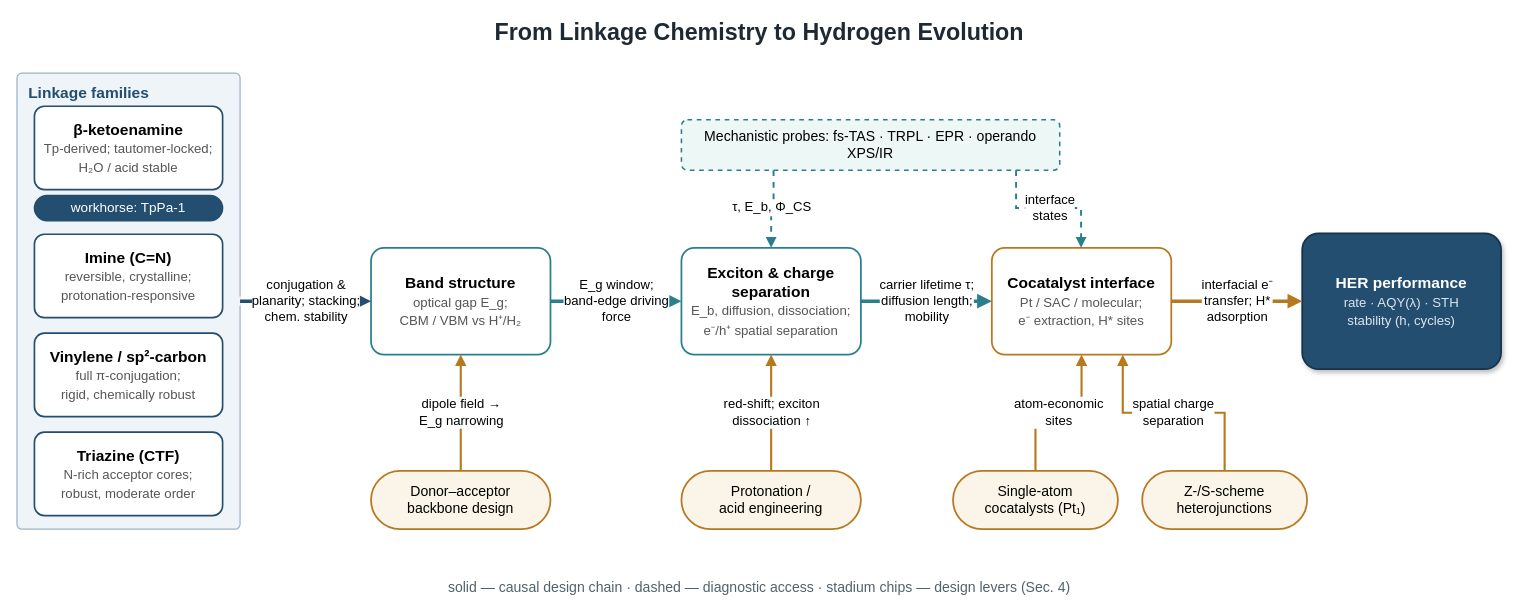
Earlier version of the draw.io diagram examples/survey_cof_her/paper/figures/src/fig1_factor_chain.drawio (asimfish/goai_research). Source tidied: cells renumbered, new cells numbered last; positions are measured from the earlier drawing's top-left corner, leaving out a move shared by most shapes. Both pictures are drawn from the tidied source at 97%, with x=0, y=0 at pixel (16, 16).
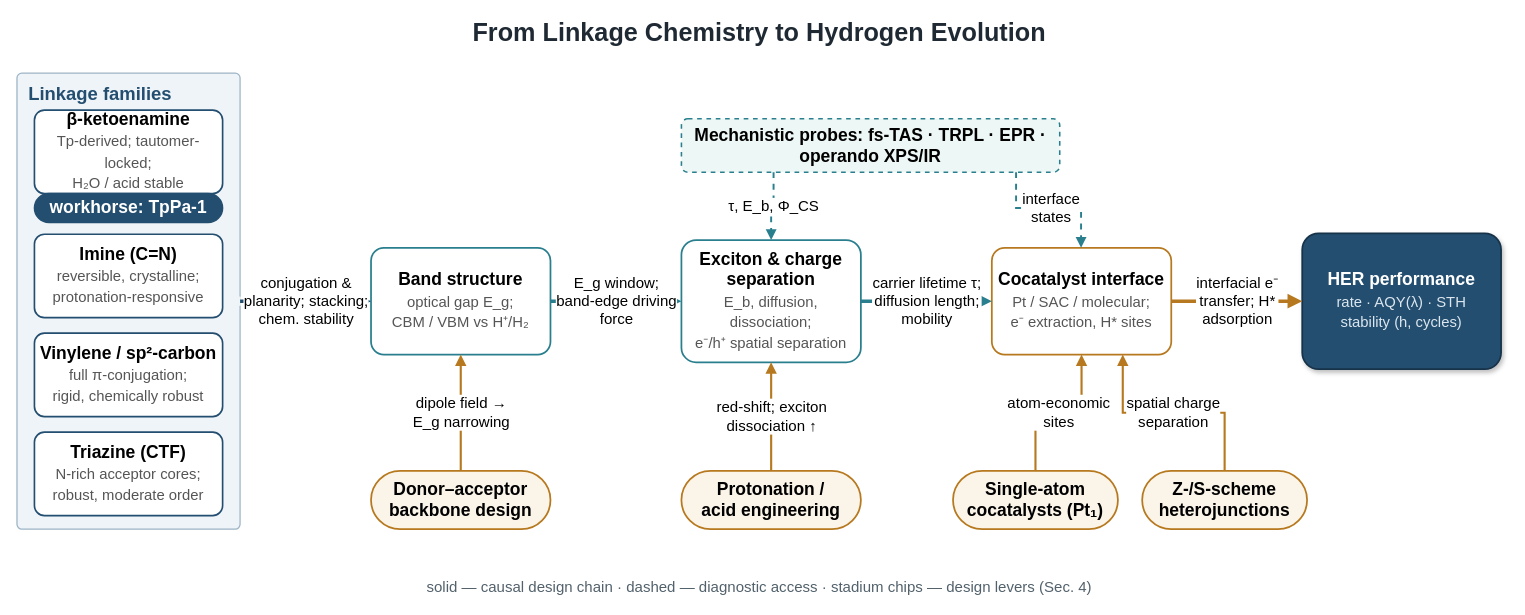
After the change.

The edit, as a diff of the source:
```diff
@@
-    <mxCell id="2" value="From Linkage Chemistry to Hydrogen Evolution" style="text;html=1;align=center;verticalAlign=middle;fontSize=24;fontColor=#1F2933;strokeColor=none;fillColor=none;fontStyle=1;" parent="1" vertex="1">
+    <mxCell id="2" value="From Linkage Chemistry to Hydrogen Evolution" style="text;html=1;align=center;verticalAlign=middle;fontSize=26;fontColor=#1F2933;strokeColor=none;fillColor=none;fontStyle=1;" parent="1" vertex="1">
       <mxGeometry x="525" width="480" height="32" as="geometry" />
     </mxCell>
-    <mxCell id="3" value="Linkage families" style="rounded=1;absoluteArcSize=1;arcSize=10;whiteSpace=wrap;html=1;verticalAlign=top;align=left;spacingLeft=10;spacingTop=4;fontSize=16;fontStyle=1;fillColor=#EEF4F7;strokeColor=#9DB4C6;strokeWidth=1.3;fontColor=#234E70;" parent="1" vertex="1">
+    <mxCell id="3" value="Linkage families" style="rounded=1;absoluteArcSize=1;arcSize=10;whiteSpace=wrap;html=1;verticalAlign=top;align=left;spacingLeft=10;spacingTop=4;fontSize=19;fontStyle=1;fillColor=#EEF4F7;strokeColor=#9DB4C6;strokeWidth=1.3;fontColor=#234E70;" parent="1" vertex="1">
       <mxGeometry y="58" width="230" height="470" as="geometry" />
     </mxCell>
-    <mxCell id="4" value="&lt;b&gt;β-ketoenamine&lt;/b&gt;&lt;br/&gt;&lt;font style='font-size:13.6px' color='#555555'&gt;Tp-derived; tautomer-locked;&#10;H₂O / acid stable&lt;/font&gt;" style="rounded=1;whiteSpace=wrap;html=1;arcSize=12;fillColor=#FFFFFF;strokeColor=#234E70;strokeWidth=1.7;fontSize=16;" parent="3" vertex="1">
-      <mxGeometry x="18" y="34" width="194" height="86" as="geometry" />
+    <mxCell id="4" value="&lt;b&gt;β-ketoenamine&lt;/b&gt;&lt;br/&gt;&lt;font style='font-size:15.3px' color='#555555'&gt;Tp-derived; tautomer-locked;&#10;H₂O / acid stable&lt;/font&gt;" style="rounded=1;whiteSpace=wrap;html=1;arcSize=12;fillColor=#FFFFFF;strokeColor=#234E70;strokeWidth=1.7;fontSize=18;" parent="3" vertex="1">
+      <mxGeometry x="18" y="38" width="194" height="86" as="geometry" />
     </mxCell>
-    <mxCell id="5" value="workhorse: TpPa-1" style="rounded=1;whiteSpace=wrap;html=1;arcSize=50;spacing=6;fillColor=#234E70;strokeColor=#234E70;strokeWidth=1.5;fontSize=14;fontColor=#FFFFFF;" parent="3" vertex="1">
-      <mxGeometry x="18" y="126" width="194" height="26" as="geometry" />
+    <mxCell id="5" value="workhorse: TpPa-1" style="rounded=1;whiteSpace=wrap;html=1;arcSize=50;spacing=6;fillColor=#234E70;strokeColor=#234E70;strokeWidth=1.5;fontSize=18;fontColor=#FFFFFF;fontStyle=1;" parent="3" vertex="1">
+      <mxGeometry x="18" y="124" width="194" height="30" as="geometry" />
     </mxCell>
-    <mxCell id="6" value="&lt;b&gt;Imine (C=N)&lt;/b&gt;&lt;br/&gt;&lt;font style='font-size:13.6px' color='#555555'&gt;reversible, crystalline;&#10;protonation-responsive&lt;/font&gt;" style="rounded=1;whiteSpace=wrap;html=1;arcSize=12;fillColor=#FFFFFF;strokeColor=#234E70;strokeWidth=1.7;fontSize=16;" parent="3" vertex="1">
+    <mxCell id="6" value="&lt;b&gt;Imine (C=N)&lt;/b&gt;&lt;br/&gt;&lt;font style='font-size:15.3px' color='#555555'&gt;reversible, crystalline;&#10;protonation-responsive&lt;/font&gt;" style="rounded=1;whiteSpace=wrap;html=1;arcSize=12;fillColor=#FFFFFF;strokeColor=#234E70;strokeWidth=1.7;fontSize=18;" parent="3" vertex="1">
       <mxGeometry x="18" y="166" width="194" height="86" as="geometry" />
     </mxCell>
-    <mxCell id="7" value="&lt;b&gt;Vinylene / sp²-carbon&lt;/b&gt;&lt;br/&gt;&lt;font style='font-size:13.6px' color='#555555'&gt;full π-conjugation;&#10;rigid, chemically robust&lt;/font&gt;" style="rounded=1;whiteSpace=wrap;html=1;arcSize=12;fillColor=#FFFFFF;strokeColor=#234E70;strokeWidth=1.7;fontSize=16;" parent="3" vertex="1">
+    <mxCell id="7" value="&lt;b&gt;Vinylene / sp²-carbon&lt;/b&gt;&lt;br/&gt;&lt;font style='font-size:15.3px' color='#555555'&gt;full π-conjugation;&#10;rigid, chemically robust&lt;/font&gt;" style="rounded=1;whiteSpace=wrap;html=1;arcSize=12;fillColor=#FFFFFF;strokeColor=#234E70;strokeWidth=1.7;fontSize=18;" parent="3" vertex="1">
       <mxGeometry x="18" y="268" width="194" height="86" as="geometry" />
     </mxCell>
-    <mxCell id="8" value="&lt;b&gt;Triazine (CTF)&lt;/b&gt;&lt;br/&gt;&lt;font style='font-size:13.6px' color='#555555'&gt;N-rich acceptor cores;&#10;robust, moderate order&lt;/font&gt;" style="rounded=1;whiteSpace=wrap;html=1;arcSize=12;fillColor=#FFFFFF;strokeColor=#234E70;strokeWidth=1.7;fontSize=16;" parent="3" vertex="1">
+    <mxCell id="8" value="&lt;b&gt;Triazine (CTF)&lt;/b&gt;&lt;br/&gt;&lt;font style='font-size:15.3px' color='#555555'&gt;N-rich acceptor cores;&#10;robust, moderate order&lt;/font&gt;" style="rounded=1;whiteSpace=wrap;html=1;arcSize=12;fillColor=#FFFFFF;strokeColor=#234E70;strokeWidth=1.7;fontSize=18;" parent="3" vertex="1">
       <mxGeometry x="18" y="370" width="194" height="86" as="geometry" />
     </mxCell>
-    <mxCell id="9" style="rounded=0;whiteSpace=wrap;html=1;fillColor=#EEF4F7;strokeColor=#EEF4F7;strokeWidth=1.5;fontSize=15.5;" parent="3" vertex="1">
+    <mxCell id="9" style="rounded=0;whiteSpace=wrap;html=1;fillColor=#EEF4F7;strokeColor=#EEF4F7;strokeWidth=1.5;fontSize=15.5;fontStyle=1;" parent="3" vertex="1">
       <mxGeometry x="226" y="231" width="4" height="8" as="geometry" />
     </mxCell>
-    <mxCell id="10" value="&lt;b&gt;Band structure&lt;/b&gt;&lt;br/&gt;&lt;font style='font-size:13.6px' color='#555555'&gt;optical gap E_g;&#10;CBM / VBM vs H⁺/H₂&lt;/font&gt;" style="rounded=1;whiteSpace=wrap;html=1;arcSize=12;fillColor=#FFFFFF;strokeColor=#2A7F8E;strokeWidth=1.8;fontSize=16;" parent="1" vertex="1">
+    <mxCell id="10" value="&lt;b&gt;Band structure&lt;/b&gt;&lt;br/&gt;&lt;font style='font-size:15.3px' color='#555555'&gt;optical gap E_g;&#10;CBM / VBM vs H⁺/H₂&lt;/font&gt;" style="rounded=1;whiteSpace=wrap;html=1;arcSize=12;fillColor=#FFFFFF;strokeColor=#2A7F8E;strokeWidth=1.8;fontSize=18;" parent="1" vertex="1">
       <mxGeometry x="365" y="238" width="185" height="110" as="geometry" />
     </mxCell>
-    <mxCell id="11" value="&lt;b&gt;Exciton &amp; charge separation&lt;/b&gt;&lt;br/&gt;&lt;font style='font-size:13.6px' color='#555555'&gt;E_b, diffusion, dissociation;&#10;e⁻/h⁺ spatial separation&lt;/font&gt;" style="rounded=1;whiteSpace=wrap;html=1;arcSize=12;fillColor=#FFFFFF;strokeColor=#2A7F8E;strokeWidth=1.8;fontSize=16;" parent="1" vertex="1">
-      <mxGeometry x="685" y="238" width="185" height="110" as="geometry" />
+    <mxCell id="11" value="&lt;b&gt;Exciton &amp; charge separation&lt;/b&gt;&lt;br/&gt;&lt;font style='font-size:15.3px' color='#555555'&gt;E_b, diffusion, dissociation;&#10;e⁻/h⁺ spatial separation&lt;/font&gt;" style="rounded=1;whiteSpace=wrap;html=1;arcSize=12;fillColor=#FFFFFF;strokeColor=#2A7F8E;strokeWidth=1.8;fontSize=18;" parent="1" vertex="1">
+      <mxGeometry x="685" y="230" width="185" height="126" as="geometry" />
     </mxCell>
-    <mxCell id="12" value="&lt;b&gt;Cocatalyst interface&lt;/b&gt;&lt;br/&gt;&lt;font style='font-size:13.6px' color='#555555'&gt;Pt / SAC / molecular;&#10;e⁻ extraction, H* sites&lt;/font&gt;" style="rounded=1;whiteSpace=wrap;html=1;arcSize=12;fillColor=#FFFFFF;strokeColor=#B7791F;strokeWidth=1.8;fontSize=16;" parent="1" vertex="1">
+    <mxCell id="12" value="&lt;b&gt;Cocatalyst interface&lt;/b&gt;&lt;br/&gt;&lt;font style='font-size:15.3px' color='#555555'&gt;Pt / SAC / molecular;&#10;e⁻ extraction, H* sites&lt;/font&gt;" style="rounded=1;whiteSpace=wrap;html=1;arcSize=12;fillColor=#FFFFFF;strokeColor=#B7791F;strokeWidth=1.8;fontSize=18;" parent="1" vertex="1">
       <mxGeometry x="1005" y="238" width="185" height="110" as="geometry" />
     </mxCell>
-    <mxCell id="13" value="&lt;b&gt;HER performance&lt;/b&gt;&lt;br/&gt;&lt;font style='font-size:13.6px' color='#DCE6EE'&gt;rate · AQY(λ) · STH&#10;stability (h, cycles)&lt;/font&gt;" style="rounded=1;whiteSpace=wrap;html=1;arcSize=12;fillColor=#234E70;strokeColor=#16334A;strokeWidth=1.8;fontSize=16;fontColor=#FFFFFF;shadow=1;" parent="1" vertex="1">
+    <mxCell id="13" value="&lt;b&gt;HER performance&lt;/b&gt;&lt;br/&gt;&lt;font style='font-size:15.3px' color='#DCE6EE'&gt;rate · AQY(λ) · STH&#10;stability (h, cycles)&lt;/font&gt;" style="rounded=1;whiteSpace=wrap;html=1;arcSize=12;fillColor=#234E70;strokeColor=#16334A;strokeWidth=1.8;fontSize=18;fontColor=#FFFFFF;shadow=1;" parent="1" vertex="1">
       <mxGeometry x="1325" y="223" width="205" height="140" as="geometry" />
     </mxCell>
-    <mxCell id="14" value="Mechanistic probes: fs-TAS · TRPL · EPR · operando XPS/IR" style="rounded=1;whiteSpace=wrap;html=1;arcSize=12;fillColor=#EDF7F5;strokeColor=#2A7F8E;strokeWidth=1.6;fontSize=14.5;dashed=1;" parent="1" vertex="1">
-      <mxGeometry x="685" y="106" width="390" height="52" as="geometry" />
+    <mxCell id="14" value="Mechanistic probes: fs-TAS · TRPL · EPR · operando XPS/IR" style="rounded=1;whiteSpace=wrap;html=1;arcSize=12;fillColor=#EDF7F5;strokeColor=#2A7F8E;strokeWidth=1.6;fontSize=18;fontStyle=1;dashed=1;" parent="1" vertex="1">
+      <mxGeometry x="685" y="105" width="390" height="55" as="geometry" />
     </mxCell>
-    <mxCell id="15" value="Donor–acceptor&#10;backbone design" style="rounded=1;whiteSpace=wrap;html=1;arcSize=50;spacing=6;fillColor=#FBF4E8;strokeColor=#B7791F;strokeWidth=1.8;fontSize=14.5;" parent="1" vertex="1">
+    <mxCell id="15" value="Donor–acceptor&#10;backbone design" style="rounded=1;whiteSpace=wrap;html=1;arcSize=50;spacing=6;fillColor=#FBF4E8;strokeColor=#B7791F;strokeWidth=1.8;fontSize=18;fontStyle=1;" parent="1" vertex="1">
       <mxGeometry x="365" y="468" width="185" height="60" as="geometry" />
     </mxCell>
-    <mxCell id="16" value="Protonation /&#10;acid engineering" style="rounded=1;whiteSpace=wrap;html=1;arcSize=50;spacing=6;fillColor=#FBF4E8;strokeColor=#B7791F;strokeWidth=1.8;fontSize=14.5;" parent="1" vertex="1">
+    <mxCell id="16" value="Protonation /&#10;acid engineering" style="rounded=1;whiteSpace=wrap;html=1;arcSize=50;spacing=6;fillColor=#FBF4E8;strokeColor=#B7791F;strokeWidth=1.8;fontSize=18;fontStyle=1;" parent="1" vertex="1">
       <mxGeometry x="685" y="468" width="185" height="60" as="geometry" />
     </mxCell>
-    <mxCell id="17" value="Single-atom&#10;cocatalysts (Pt₁)" style="rounded=1;whiteSpace=wrap;html=1;arcSize=50;spacing=6;fillColor=#FBF4E8;strokeColor=#B7791F;strokeWidth=1.8;fontSize=14.5;" parent="1" vertex="1">
+    <mxCell id="17" value="Single-atom&#10;cocatalysts (Pt₁)" style="rounded=1;whiteSpace=wrap;html=1;arcSize=50;spacing=6;fillColor=#FBF4E8;strokeColor=#B7791F;strokeWidth=1.8;fontSize=18;fontStyle=1;" parent="1" vertex="1">
       <mxGeometry x="965" y="468" width="170" height="60" as="geometry" />
     </mxCell>
-    <mxCell id="18" value="Z-/S-scheme&#10;heterojunctions" style="rounded=1;whiteSpace=wrap;html=1;arcSize=50;spacing=6;fillColor=#FBF4E8;strokeColor=#B7791F;strokeWidth=1.8;fontSize=14.5;" parent="1" vertex="1">
+    <mxCell id="18" value="Z-/S-scheme&#10;heterojunctions" style="rounded=1;whiteSpace=wrap;html=1;arcSize=50;spacing=6;fillColor=#FBF4E8;strokeColor=#B7791F;strokeWidth=1.8;fontSize=18;fontStyle=1;" parent="1" vertex="1">
       <mxGeometry x="1160" y="468" width="170" height="60" as="geometry" />
     </mxCell>
-    <mxCell id="19" value="conjugation &amp;&#10;planarity; stacking;&#10;chem. stability" style="edgeStyle=orthogonalEdgeStyle;rounded=0;html=1;jettySize=auto;endArrow=block;endFill=1;strokeColor=#234E70;strokeWidth=3.5;fontSize=13.5;labelBackgroundColor=#FFFFFF;" parent="1" edge="1" source="9" target="10">
+    <mxCell id="19" value="conjugation &amp;&#10;planarity; stacking;&#10;chem. stability" style="edgeStyle=orthogonalEdgeStyle;rounded=0;html=1;jettySize=auto;endArrow=block;endFill=1;strokeColor=#234E70;strokeWidth=3.5;fontSize=15.5;" parent="1" edge="1" source="9" target="10">
       <mxGeometry relative="1" as="geometry" />
     </mxCell>
-    <mxCell id="20" value="E_g window;&#10;band-edge driving&#10;force" style="edgeStyle=orthogonalEdgeStyle;rounded=0;html=1;jettySize=auto;endArrow=block;endFill=1;strokeColor=#2A7F8E;strokeWidth=3.5;fontSize=13.5;labelBackgroundColor=#FFFFFF;" parent="1" edge="1" source="10" target="11">
+    <mxCell id="20" value="E_g window;&#10;band-edge driving&#10;force" style="edgeStyle=orthogonalEdgeStyle;rounded=0;html=1;jettySize=auto;endArrow=block;endFill=1;strokeColor=#2A7F8E;strokeWidth=3.5;fontSize=15.5;" parent="1" edge="1" source="10" target="11">
       <mxGeometry relative="1" as="geometry" />
     </mxCell>
-    <mxCell id="21" value="carrier lifetime τ;&#10;diffusion length;&#10;mobility" style="edgeStyle=orthogonalEdgeStyle;rounded=0;html=1;jettySize=auto;endArrow=block;endFill=1;strokeColor=#2A7F8E;strokeWidth=3.5;fontSize=13.5;labelBackgroundColor=#FFFFFF;" parent="1" edge="1" source="11" target="12">
+    <mxCell id="21" value="carrier lifetime τ;&#10;diffusion length;&#10;mobility" style="edgeStyle=orthogonalEdgeStyle;rounded=0;html=1;jettySize=auto;endArrow=block;endFill=1;strokeColor=#2A7F8E;strokeWidth=3.5;fontSize=15.5;" parent="1" edge="1" source="11" target="12">
       <mxGeometry relative="1" as="geometry" />
     </mxCell>
-    <mxCell id="22" value="interfacial e⁻&#10;transfer; H*&#10;adsorption" style="edgeStyle=orthogonalEdgeStyle;rounded=0;html=1;jettySize=auto;endArrow=block;endFill=1;strokeColor=#B7791F;strokeWidth=3.5;fontSize=13.5;labelBackgroundColor=#FFFFFF;" parent="1" edge="1" source="12" target="13">
+    <mxCell id="22" value="interfacial e⁻&#10;transfer; H*&#10;adsorption" style="edgeStyle=orthogonalEdgeStyle;rounded=0;html=1;jettySize=auto;endArrow=block;endFill=1;strokeColor=#B7791F;strokeWidth=3.5;fontSize=15.5;" parent="1" edge="1" source="12" target="13">
       <mxGeometry relative="1" as="geometry" />
     </mxCell>
-    <mxCell id="23" value="τ, E_b, Φ_CS" style="edgeStyle=orthogonalEdgeStyle;rounded=0;html=1;jettySize=auto;endArrow=block;endFill=1;strokeColor=#2A7F8E;strokeWidth=2;fontSize=13.5;dashed=1;labelBackgroundColor=#FFFFFF;" parent="1" edge="1" source="14" target="11">
+    <mxCell id="23" value="τ, E_b, Φ_CS" style="edgeStyle=orthogonalEdgeStyle;rounded=0;html=1;jettySize=auto;endArrow=block;endFill=1;strokeColor=#2A7F8E;strokeWidth=2;fontSize=15.5;dashed=1;" parent="1" edge="1" source="14" target="11">
       <mxGeometry relative="1" as="geometry">
         <Array as="points">
           <mxPoint x="780" y="197" />
         </Array>
       </mxGeometry>
     </mxCell>
-    <mxCell id="24" value="interface&#10;states" style="edgeStyle=orthogonalEdgeStyle;rounded=0;html=1;jettySize=auto;endArrow=block;endFill=1;strokeColor=#2A7F8E;strokeWidth=2;fontSize=13.5;dashed=1;labelBackgroundColor=#FFFFFF;" parent="1" edge="1" source="14" target="12">
+    <mxCell id="24" value="interface&#10;states" style="edgeStyle=orthogonalEdgeStyle;rounded=0;html=1;jettySize=auto;endArrow=block;endFill=1;strokeColor=#2A7F8E;strokeWidth=2;fontSize=15.5;dashed=1;" parent="1" edge="1" source="14" target="12">
       <mxGeometry relative="1" as="geometry">
         <Array as="points">
           <mxPoint x="1030" y="197" />
           <mxPoint x="1097" y="197" />
         </Array>
       </mxGeometry>
     </mxCell>
-    <mxCell id="25" value="dipole field →&#10;E_g narrowing" style="edgeStyle=orthogonalEdgeStyle;rounded=0;html=1;jettySize=auto;endArrow=block;endFill=1;strokeColor=#B7791F;strokeWidth=2.2;fontSize=13.5;labelBackgroundColor=#FFFFFF;" parent="1" edge="1" source="15" target="10">
+    <mxCell id="25" value="dipole field →&#10;E_g narrowing" style="edgeStyle=orthogonalEdgeStyle;rounded=0;html=1;jettySize=auto;endArrow=block;endFill=1;strokeColor=#B7791F;strokeWidth=2.2;fontSize=15.5;" parent="1" edge="1" source="15" target="10">
       <mxGeometry relative="1" as="geometry" />
     </mxCell>
-    <mxCell id="26" value="red-shift; exciton&#10;dissociation ↑" style="edgeStyle=orthogonalEdgeStyle;rounded=0;html=1;jettySize=auto;endArrow=block;endFill=1;strokeColor=#B7791F;strokeWidth=2.2;fontSize=13.5;labelBackgroundColor=#FFFFFF;" parent="1" edge="1" source="16" target="11">
+    <mxCell id="26" value="red-shift; exciton&#10;dissociation ↑" style="edgeStyle=orthogonalEdgeStyle;rounded=0;html=1;jettySize=auto;endArrow=block;endFill=1;strokeColor=#B7791F;strokeWidth=2.2;fontSize=15.5;" parent="1" edge="1" source="16" target="11">
       <mxGeometry relative="1" as="geometry" />
     </mxCell>
-    <mxCell id="27" value="atom-economic&#10;sites" style="edgeStyle=orthogonalEdgeStyle;rounded=0;html=1;jettySize=auto;endArrow=block;endFill=1;strokeColor=#B7791F;strokeWidth=2.2;fontSize=13.5;labelBackgroundColor=#FFFFFF;" parent="1" edge="1" source="17" target="12">
+    <mxCell id="27" value="atom-economic&#10;sites" style="edgeStyle=orthogonalEdgeStyle;rounded=0;html=1;jettySize=auto;endArrow=block;endFill=1;strokeColor=#B7791F;strokeWidth=2.2;fontSize=15.5;" parent="1" edge="1" source="17" target="12">
       <mxGeometry relative="1" as="geometry">
         <Array as="points">
           <mxPoint x="1050" y="408" />
         </Array>
       </mxGeometry>
     </mxCell>
-    <mxCell id="28" value="spatial charge&#10;separation" style="edgeStyle=orthogonalEdgeStyle;rounded=0;html=1;jettySize=auto;endArrow=block;endFill=1;strokeColor=#B7791F;strokeWidth=2.2;fontSize=13.5;labelBackgroundColor=#FFFFFF;" parent="1" edge="1" source="18" target="12">
+    <mxCell id="28" value="spatial charge&#10;separation" style="edgeStyle=orthogonalEdgeStyle;rounded=0;html=1;jettySize=auto;endArrow=block;endFill=1;strokeColor=#B7791F;strokeWidth=2.2;fontSize=15.5;" parent="1" edge="1" source="18" target="12">
       <mxGeometry relative="1" as="geometry">
         <Array as="points">
           <mxPoint x="1245" y="408" />
           <mxPoint x="1140" y="408" />
         </Array>
       </mxGeometry>
     </mxCell>
-    <mxCell id="29" value="solid — causal design chain · dashed — diagnostic access · stadium chips — design levers (Sec. 4)" style="text;html=1;align=center;verticalAlign=middle;fontSize=14.5;fontColor=#52616B;strokeColor=none;fillColor=none;" parent="1" vertex="1">
-      <mxGeometry x="272.7" y="576" width="984.5" height="24" as="geometry" />
+    <mxCell id="29" value="solid — causal design chain · dashed — diagnostic access · stadium chips — design levers (Sec. 4)" style="text;html=1;align=center;verticalAlign=middle;fontSize=15.5;fontColor=#52616B;strokeColor=none;fillColor=none;" parent="1" vertex="1">
+      <mxGeometry x="238.8" y="576" width="1052.5" height="24" as="geometry" />
     </mxCell>
```
